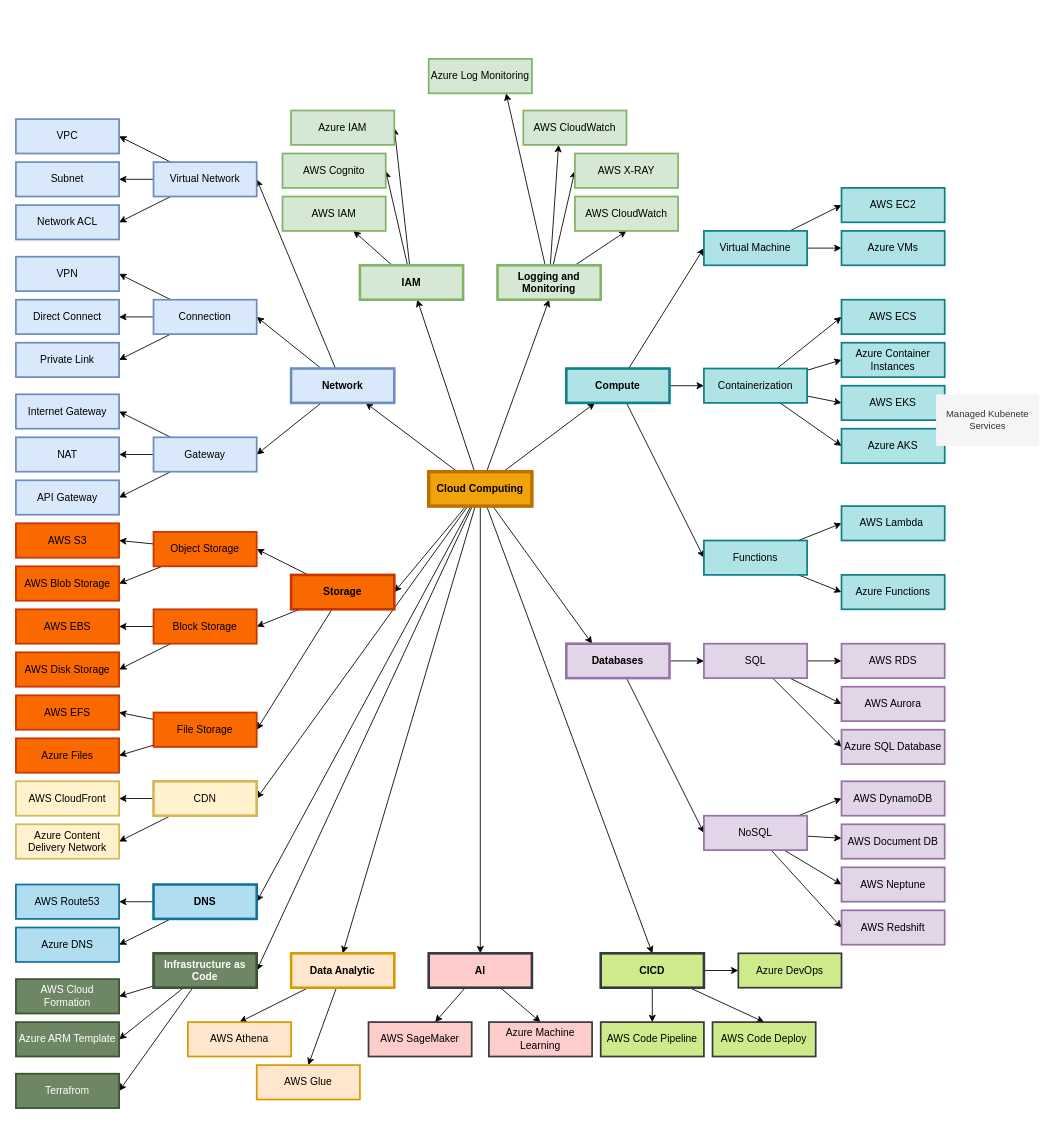
This is page "Cloud Services" (2 of 5) of cloud-computing.drawio from nashtech-vietvuhoang1/cloud-computing-intro, a draw.io file, before an edit. Source tidied: cells renumbered, new cells numbered last; positions are measured from the earlier drawing's top-left corner, leaving out a move shared by most shapes. Both pictures are drawn from the tidied source at 86%, with x=0, y=0 at pixel (15, 58).
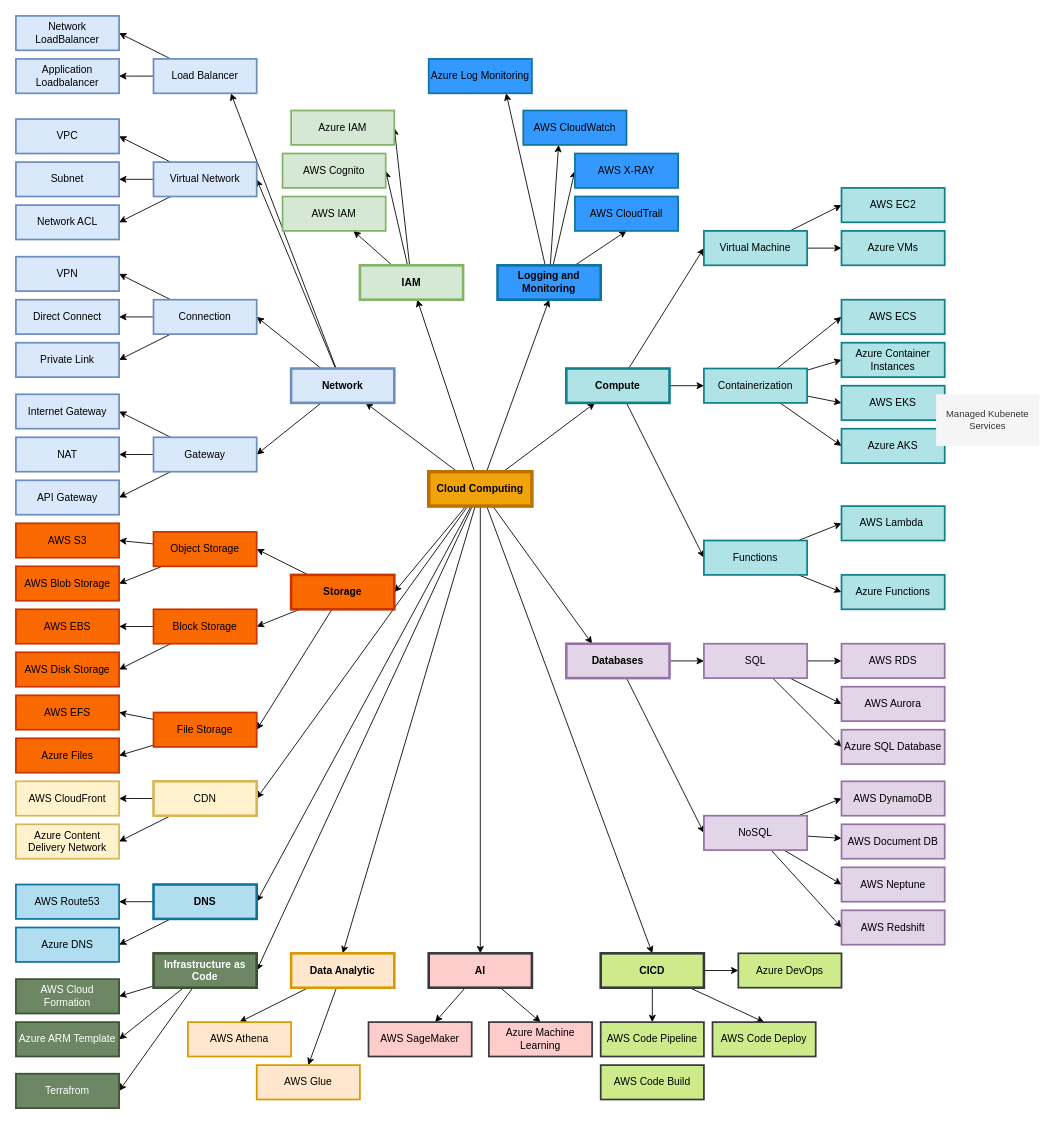
Above is the later version.

The change refers to these unchanged cells:
```xml
<mxCell id="22" value="Network" style="rounded=0;whiteSpace=wrap;html=1;strokeWidth=3;fillColor=#dae8fc;strokeColor=#6c8ebf;fontStyle=1;" parent="1" vertex="1">
  <mxGeometry x="320" y="360" width="120" height="40" as="geometry" />
</mxCell>
```

Change to the diagram source:
```diff
@@
+    <mxCell id="152" style="rounded=0;jettySize=auto;html=1;entryX=0.75;entryY=1;entryDx=0;entryDy=0;" parent="1" edge="1" source="22" target="156">
+      <mxGeometry relative="1" as="geometry" />
+    </mxCell>
@@
-    <mxCell id="98" value="Logging and Monitoring" style="rounded=0;whiteSpace=wrap;html=1;strokeWidth=3;fillColor=#d5e8d4;strokeColor=#82b366;fontStyle=1;" parent="1" vertex="1">
+    <mxCell id="98" value="Logging and Monitoring" style="rounded=0;whiteSpace=wrap;html=1;strokeWidth=3;fillColor=#3399FF;strokeColor=#10739e;fontStyle=1;" parent="1" vertex="1">
       <mxGeometry x="560" y="240" width="120" height="40" as="geometry" />
     </mxCell>
@@
-    <mxCell id="113" value="Azure Log Monitoring" style="rounded=0;whiteSpace=wrap;html=1;strokeWidth=2;fillColor=#d5e8d4;strokeColor=#82b366;" parent="1" vertex="1">
+    <mxCell id="113" value="Azure Log Monitoring" style="rounded=0;whiteSpace=wrap;html=1;strokeWidth=2;fillColor=#3399FF;strokeColor=#10739e;" parent="1" vertex="1">
       <mxGeometry x="480" width="120" height="40" as="geometry" />
     </mxCell>
-    <mxCell id="114" value="AWS CloudWatch" style="rounded=0;whiteSpace=wrap;html=1;strokeWidth=2;fillColor=#d5e8d4;strokeColor=#82b366;" parent="1" vertex="1">
+    <mxCell id="114" value="AWS CloudTrail" style="rounded=0;whiteSpace=wrap;html=1;strokeWidth=2;fillColor=#3399FF;strokeColor=#10739e;" parent="1" vertex="1">
       <mxGeometry x="650" y="160" width="120" height="40" as="geometry" />
     </mxCell>
-    <mxCell id="115" value="AWS X-RAY" style="rounded=0;whiteSpace=wrap;html=1;strokeWidth=2;fillColor=#d5e8d4;strokeColor=#82b366;" parent="1" vertex="1">
+    <mxCell id="115" value="AWS X-RAY" style="rounded=0;whiteSpace=wrap;html=1;strokeWidth=2;fillColor=#3399FF;strokeColor=#10739e;" parent="1" vertex="1">
       <mxGeometry x="650" y="110" width="120" height="40" as="geometry" />
     </mxCell>
-    <mxCell id="116" value="AWS CloudWatch" style="rounded=0;whiteSpace=wrap;html=1;strokeWidth=2;fillColor=#d5e8d4;strokeColor=#82b366;" parent="1" vertex="1">
+    <mxCell id="116" value="AWS CloudWatch" style="rounded=0;whiteSpace=wrap;html=1;strokeWidth=2;fillColor=#3399FF;strokeColor=#10739e;" parent="1" vertex="1">
       <mxGeometry x="590" y="60" width="120" height="40" as="geometry" />
     </mxCell>
@@
+    <mxCell id="153" value="AWS Code Build" style="rounded=0;whiteSpace=wrap;html=1;strokeWidth=2;fillColor=#cdeb8b;strokeColor=#36393d;" parent="1" vertex="1">
+      <mxGeometry x="680" y="1170" width="120" height="40" as="geometry" />
+    </mxCell>
+    <mxCell id="154" style="rounded=0;jettySize=auto;html=1;entryX=1;entryY=0.5;entryDx=0;entryDy=0;" parent="1" edge="1" source="156" target="158">
+      <mxGeometry relative="1" as="geometry" />
+    </mxCell>
+    <mxCell id="155" style="edgeStyle=orthogonalEdgeStyle;rounded=0;jettySize=auto;html=1;" parent="1" edge="1" source="156" target="157">
+      <mxGeometry relative="1" as="geometry" />
+    </mxCell>
+    <mxCell id="156" value="Load Balancer" style="rounded=0;whiteSpace=wrap;html=1;strokeWidth=2;fillColor=#dae8fc;strokeColor=#6c8ebf;" parent="1" vertex="1">
+      <mxGeometry x="160" width="120" height="40" as="geometry" />
+    </mxCell>
+    <mxCell id="157" value="Application Loadbalancer" style="rounded=0;whiteSpace=wrap;html=1;strokeWidth=2;fillColor=#dae8fc;strokeColor=#6c8ebf;" parent="1" vertex="1">
+      <mxGeometry width="120" height="40" as="geometry" />
+    </mxCell>
+    <mxCell id="158" value="Network LoadBalancer" style="rounded=0;whiteSpace=wrap;html=1;strokeWidth=2;fillColor=#dae8fc;strokeColor=#6c8ebf;" parent="1" vertex="1">
+      <mxGeometry y="-50" width="120" height="40" as="geometry" />
+    </mxCell>
```
